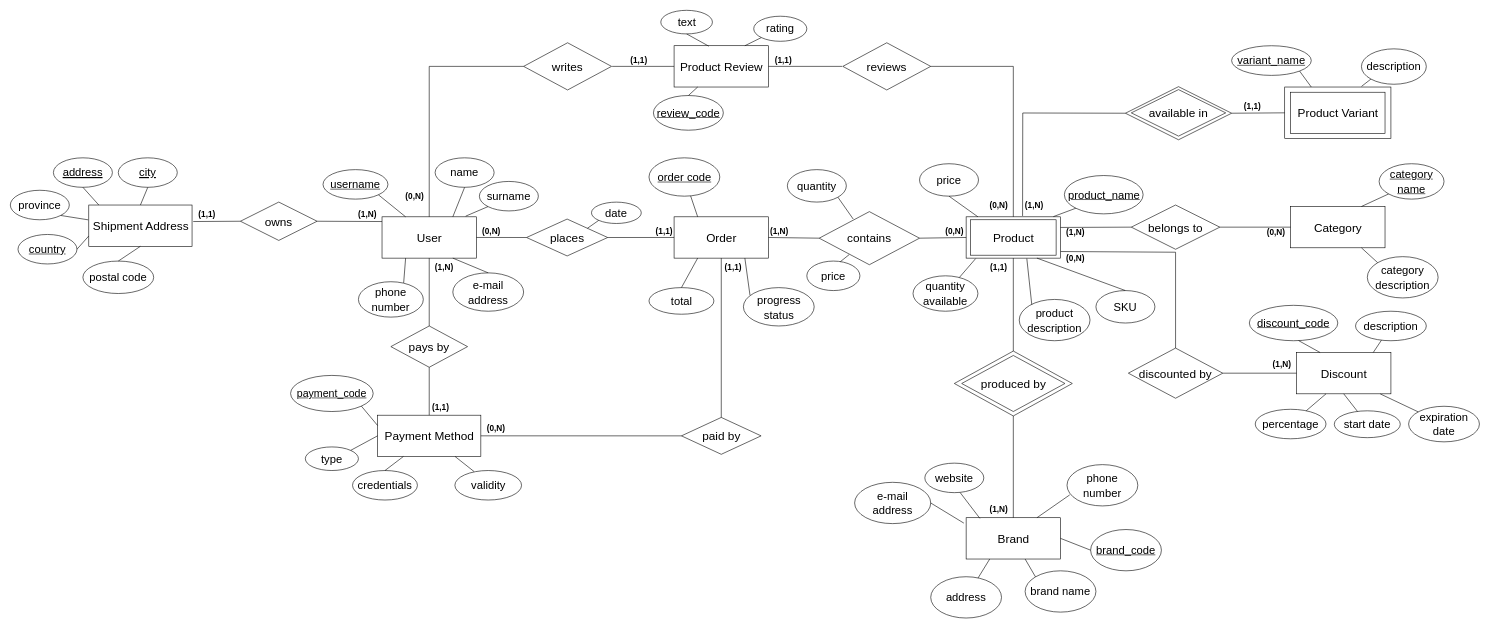
Earlier version of the draw.io diagram documentation/database/ER.drawio (Tecnologie-Del-Web/Project). Source tidied: cells renumbered, new cells numbered last; positions are measured from the earlier drawing's top-left corner, leaving out a move shared by most shapes. Both pictures are drawn from the tidied source at 59%, with x=0, y=0 at pixel (10, 10).
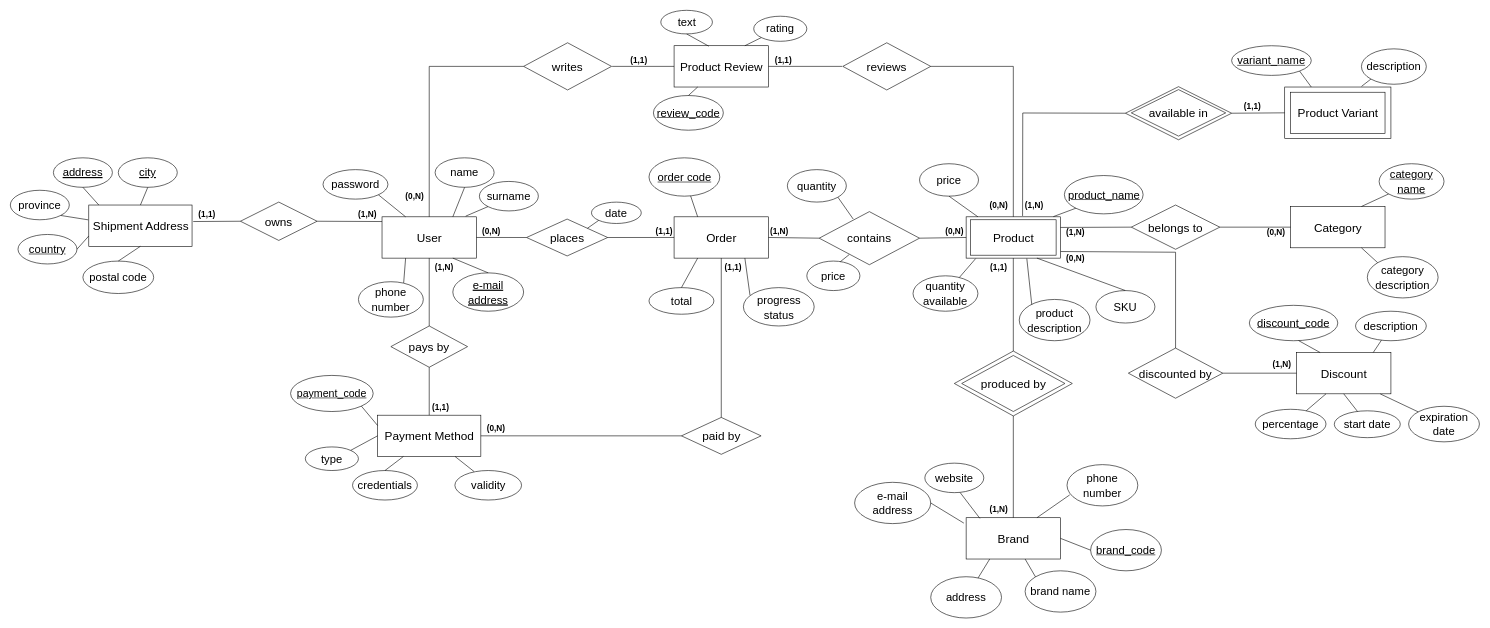
Above is the later version.

Diff of the diagram source:
```diff
@@
-    <mxCell id="11" value="&lt;font style=&quot;font-size: 19px;&quot;&gt;e-mail address&lt;/font&gt;" style="ellipse;whiteSpace=wrap;html=1;fontSize=20;" parent="1" vertex="1">
+    <mxCell id="11" value="&lt;font style=&quot;font-size: 19px;&quot;&gt;e-mail address&lt;/font&gt;" style="ellipse;whiteSpace=wrap;html=1;fontSize=20;fontStyle=4;" parent="1" vertex="1">
       <mxGeometry x="750" y="445" width="120" height="65" as="geometry" />
     </mxCell>
@@
-    <mxCell id="58" value="&lt;font style=&quot;font-size: 19px;&quot;&gt;&lt;u&gt;username&lt;/u&gt;&lt;/font&gt;" style="ellipse;whiteSpace=wrap;html=1;fontSize=20;" parent="1" vertex="1">
+    <mxCell id="58" value="&lt;font style=&quot;font-size: 19px;&quot;&gt;password&lt;/font&gt;" style="ellipse;whiteSpace=wrap;html=1;fontSize=20;" parent="1" vertex="1">
       <mxGeometry x="530" y="270" width="110" height="50" as="geometry" />
     </mxCell>
```
